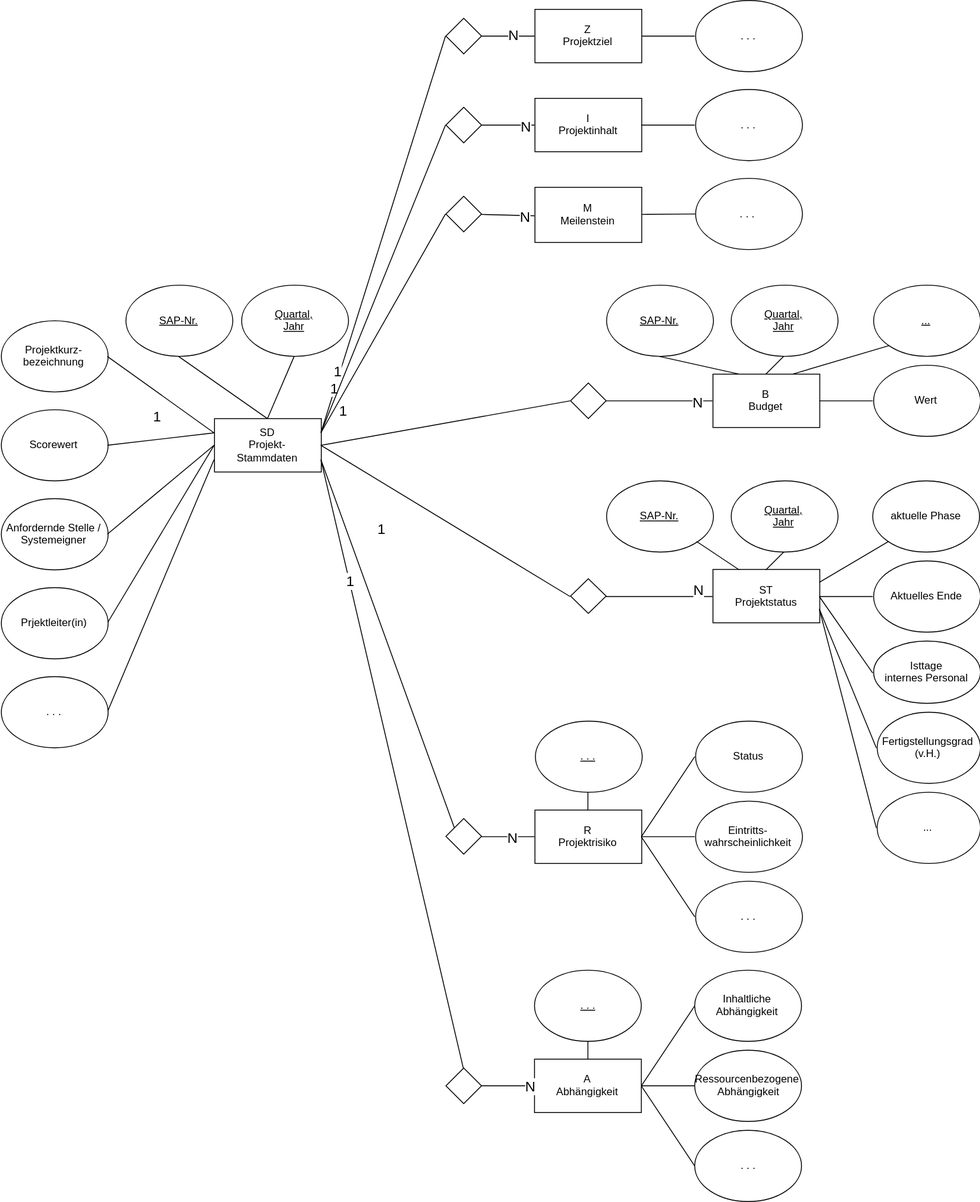
Above: ERM_Steuerungsausschuss_grob_10.svg in annikakeil/se_2017_02_soArchitecture (draw.io), before the change. Source tidied: cells renumbered, new cells last; positions are measured from the earlier drawing's top-left corner, leaving out a move shared by most shapes.
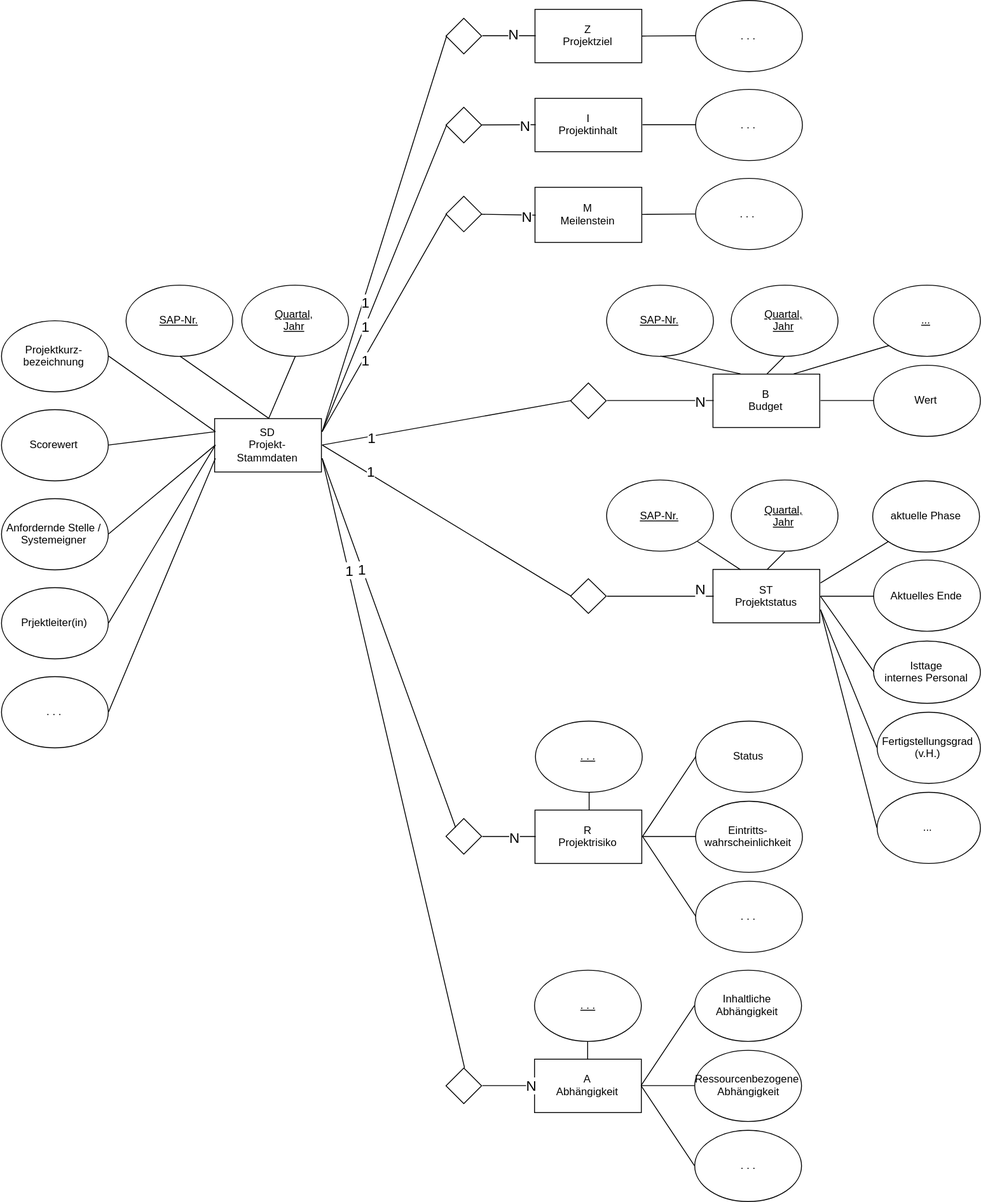
After the commit.

Diff of the diagram source:
```diff
@@ -77,11 +77,6 @@
     <mxCell id="24" style="endArrow=none;html=1;entryX=0;entryY=0.5;exitX=1;exitY=0.25;" parent="1" edge="1" source="2" target="21">
       <mxGeometry relative="1" as="geometry" />
     </mxCell>
-    <mxCell id="25" value="&lt;font style=&quot;font-size: 16px&quot;&gt;1&lt;/font&gt;" style="text;html=1;align=center;verticalAlign=middle;labelBackgroundColor=#ffffff;" parent="24" vertex="1">
-      <mxGeometry x="-0.49" y="-3" relative="1" as="geometry">
-        <mxPoint x="-24" y="62" as="offset" />
-      </mxGeometry>
-    </mxCell>
     <mxCell id="26" value="&lt;span&gt;Scorewert&lt;/span&gt;" style="ellipse;whiteSpace=wrap;html=1;" parent="1" vertex="1">
       <mxGeometry x="0.5" y="460" width="120" height="80" as="geometry" />
     </mxCell>
@@ -108,11 +103,6 @@
     <mxCell id="33" style="endArrow=none;html=1;exitX=0;exitY=0.5;entryX=1;entryY=0.25;" parent="1" edge="1" source="30" target="2">
       <mxGeometry relative="1" as="geometry" />
     </mxCell>
-    <mxCell id="34" value="&lt;font style=&quot;font-size: 16px&quot;&gt;1&lt;/font&gt;" style="text;html=1;align=center;verticalAlign=middle;labelBackgroundColor=#ffffff;" parent="33" vertex="1">
-      <mxGeometry x="0.5" relative="1" as="geometry">
-        <mxPoint x="-10.5" y="60" as="offset" />
-      </mxGeometry>
-    </mxCell>
     <mxCell id="35" value=". . ." style="ellipse;whiteSpace=wrap;html=1;" parent="1" vertex="1">
       <mxGeometry x="780.5" y="100" width="120" height="80" as="geometry" />
     </mxCell>
@@ -144,7 +134,7 @@
     </mxCell>
     <mxCell id="44" value="&lt;font style=&quot;font-size: 16px&quot;&gt;1&lt;/font&gt;" style="text;html=1;align=center;verticalAlign=middle;labelBackgroundColor=#ffffff;" parent="43" vertex="1">
       <mxGeometry x="0.82" y="-2" relative="1" as="geometry">
-        <mxPoint x="53" y="41" as="offset" />
+        <mxPoint x="40" y="-61" as="offset" />
       </mxGeometry>
     </mxCell>
     <mxCell id="45" value="&lt;span&gt;Status&lt;/span&gt;&lt;br&gt;" style="ellipse;whiteSpace=wrap;html=1;" parent="1" vertex="1">
@@ -182,11 +172,6 @@
     <mxCell id="55" style="endArrow=none;html=1;entryX=0;entryY=0.5;exitX=1;exitY=0.5;" parent="1" edge="1" source="2" target="52">
       <mxGeometry relative="1" as="geometry" />
     </mxCell>
-    <mxCell id="56" value="&lt;font style=&quot;font-size: 16px&quot;&gt;1&lt;/font&gt;" style="text;html=1;align=center;verticalAlign=middle;labelBackgroundColor=#ffffff;" parent="55" vertex="1">
-      <mxGeometry x="-0.53" relative="1" as="geometry">
-        <mxPoint x="-249" y="-73" as="offset" />
-      </mxGeometry>
-    </mxCell>
     <mxCell id="57" value="&lt;span&gt;Isttage&lt;/span&gt;&lt;div&gt;internes Personal&lt;/div&gt;" style="ellipse;whiteSpace=wrap;html=1;" parent="1" vertex="1">
       <mxGeometry x="980.5" y="720" width="120" height="70" as="geometry" />
     </mxCell>
@@ -221,7 +206,7 @@
     </mxCell>
     <mxCell id="67" value="&lt;font style=&quot;font-size: 16px&quot;&gt;1&lt;/font&gt;" style="text;html=1;align=center;verticalAlign=middle;labelBackgroundColor=#ffffff;" parent="66" vertex="1">
       <mxGeometry x="-0.59" y="-2" relative="1" as="geometry">
-        <mxPoint x="-12" y="-21.5" as="offset" />
+        <mxPoint x="18" y="-98" as="offset" />
       </mxGeometry>
     </mxCell>
     <mxCell id="68" value="A&lt;div&gt;&lt;span style=&quot;line-height: 1.2&quot;&gt;Abhängigkeit&lt;/span&gt;&lt;br&gt;&lt;/div&gt;" style="rounded=0;whiteSpace=wrap;html=1;" parent="1" vertex="1">
@@ -243,7 +228,7 @@
     </mxCell>
     <mxCell id="73" value="&lt;font style=&quot;font-size: 16px&quot;&gt;1&lt;/font&gt;" style="text;html=1;align=center;verticalAlign=middle;labelBackgroundColor=#ffffff;" parent="72" vertex="1">
       <mxGeometry x="0.6" y="-1" relative="1" as="geometry">
-        <mxPoint y="-1" as="offset" />
+        <mxPoint x="-3" y="-11.5" as="offset" />
       </mxGeometry>
     </mxCell>
     <mxCell id="74" value="&lt;span&gt;Inhaltliche Abhängigkeit&lt;/span&gt;&lt;br&gt;" style="ellipse;whiteSpace=wrap;html=1;" parent="1" vertex="1">
@@ -330,5 +315,25 @@
     <mxCell id="101" style="endArrow=none;html=1;entryX=1;entryY=0.75;exitX=0;exitY=0.5;" parent="1" edge="1" source="100" target="51">
       <mxGeometry relative="1" as="geometry" />
     </mxCell>
+    <mxCell id="102" value="&lt;font style=&quot;font-size: 16px&quot;&gt;1&lt;/font&gt;" style="text;html=1;align=center;verticalAlign=middle;labelBackgroundColor=#ffffff;" parent="1" vertex="1">
+      <mxGeometry x="395" y="462" as="geometry">
+        <mxPoint x="15" y="-96.5" as="offset" />
+      </mxGeometry>
+    </mxCell>
+    <mxCell id="103" value="&lt;font style=&quot;font-size: 16px&quot;&gt;1&lt;/font&gt;" style="text;html=1;align=center;verticalAlign=middle;labelBackgroundColor=#ffffff;" parent="1" vertex="1">
+      <mxGeometry x="395" y="500" as="geometry">
+        <mxPoint x="15" y="-96.5" as="offset" />
+      </mxGeometry>
+    </mxCell>
+    <mxCell id="104" value="&lt;font style=&quot;font-size: 16px&quot;&gt;1&lt;/font&gt;" style="text;html=1;align=center;verticalAlign=middle;labelBackgroundColor=#ffffff;" parent="1" vertex="1">
+      <mxGeometry x="375.8" y="590" as="geometry">
+        <mxPoint x="40" y="-61" as="offset" />
+      </mxGeometry>
+    </mxCell>
+    <mxCell id="105" value="&lt;font style=&quot;font-size: 16px&quot;&gt;1&lt;/font&gt;" style="text;html=1;align=center;verticalAlign=middle;labelBackgroundColor=#ffffff;" parent="1" vertex="1">
+      <mxGeometry x="365.8" y="700" as="geometry">
+        <mxPoint x="40" y="-61" as="offset" />
+      </mxGeometry>
+    </mxCell>
   </root>
 </mxGraphModel>
```
